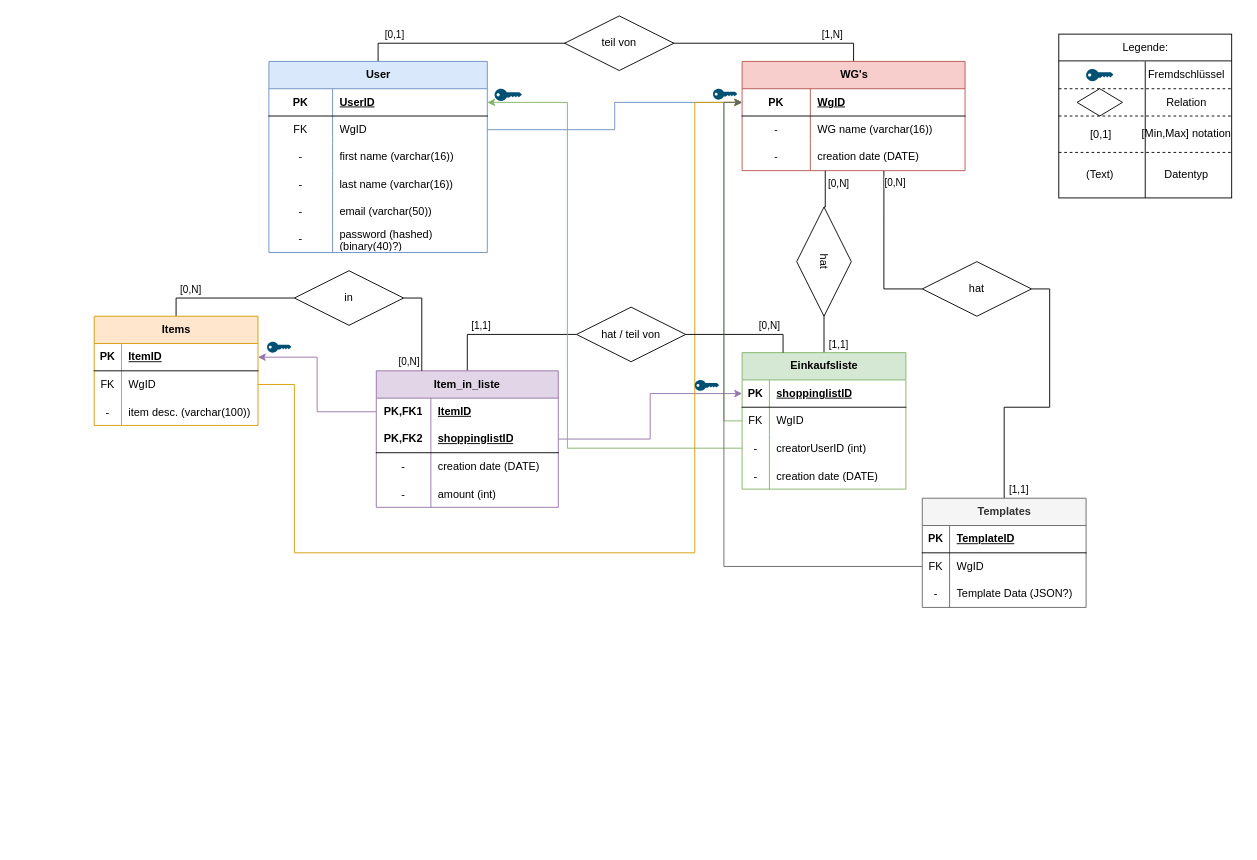
Earlier version of the draw.io diagram docs/models/database/ShareShop.drawio (MasterOfDevilLP/ShareShop). Source tidied: cells renumbered, new cells numbered last; positions are measured from the earlier drawing's top-left corner, leaving out a move shared by most shapes. Both pictures are drawn from the tidied source at 91%, with x=0, y=0 at pixel (94, 15).
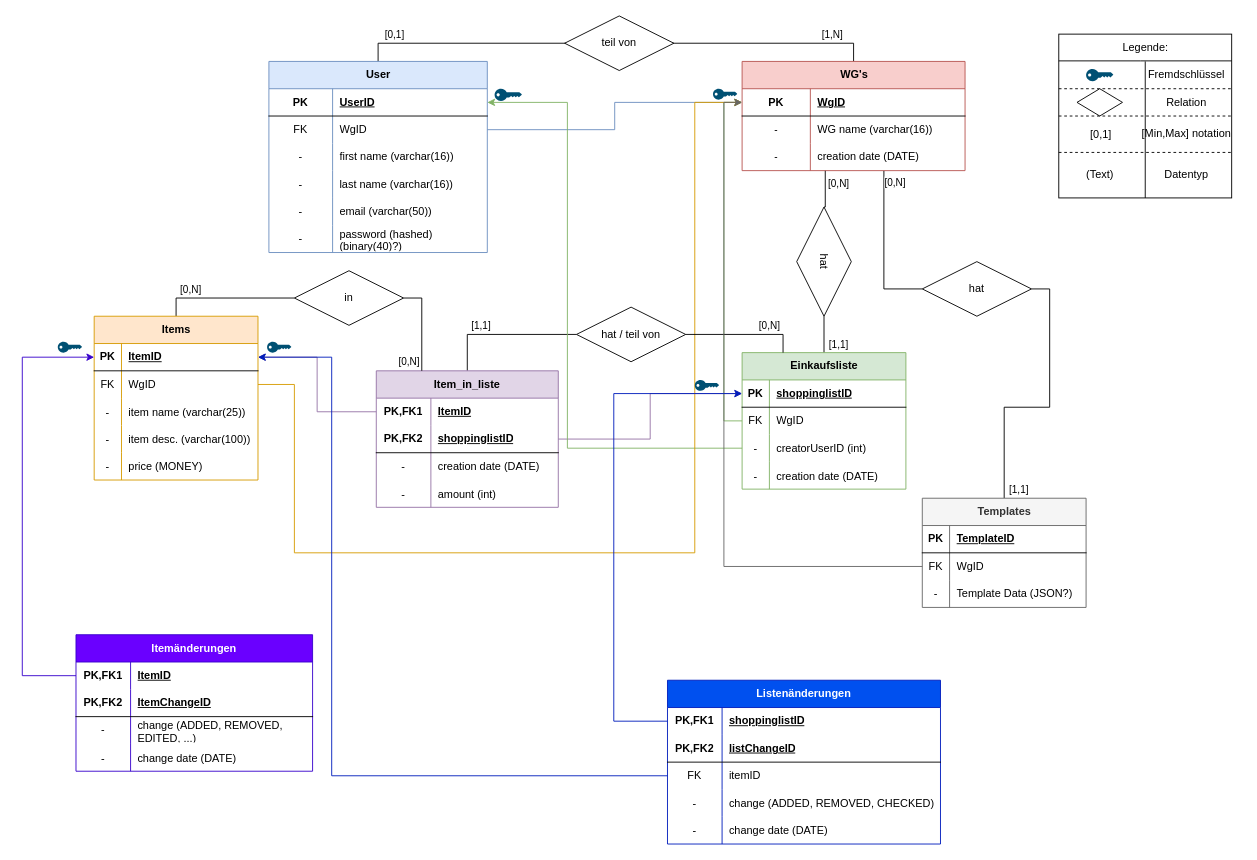
The same page after the edit.

The change refers to these unchanged cells:
```xml
<mxCell id="38" style="shape=tableRow;horizontal=0;startSize=0;swimlaneHead=0;swimlaneBody=0;fillColor=none;points=[[0,0.5],[1,0.5]];portConstraint=eastwest;top=0;left=0;right=0;bottom=1;" parent="37" vertex="1">
  <mxGeometry y="30" width="180" height="30" as="geometry" />
</mxCell>
<mxCell id="57" style="shape=tableRow;horizontal=0;startSize=0;swimlaneHead=0;swimlaneBody=0;fillColor=none;points=[[0,0.5],[1,0.5]];portConstraint=eastwest;top=0;left=0;right=0;bottom=1;" parent="56" vertex="1">
  <mxGeometry y="30" width="180" height="30" as="geometry" />
</mxCell>
<mxCell id="63" style="shape=tableRow;horizontal=0;startSize=0;swimlaneHead=0;swimlaneBody=0;fillColor=none;top=0;left=0;right=0;bottom=0;" parent="56" vertex="1">
  <mxGeometry y="90" width="180" height="30" as="geometry" />
</mxCell>
```

Change to the diagram source:
```diff
@@
     <mxCell id="56" value="Items" style="shape=table;startSize=30;childLayout=tableLayout;rowLines=0;fontStyle=1;align=center;html=1;fillColor=#ffe6cc;strokeColor=#d79b00;" parent="1" vertex="1">
-      <mxGeometry y="330" width="180" height="120" as="geometry" />
+      <mxGeometry y="330" width="180" height="180" as="geometry" />
     </mxCell>
@@
-    <mxCell id="65" value="item desc. (varchar(100))" style="shape=partialRectangle;fillColor=none;top=0;left=0;bottom=0;right=0;align=left;spacingLeft=6;overflow=hidden;" parent="63" vertex="1">
+    <mxCell id="65" value="item name (varchar(25))" style="shape=partialRectangle;fillColor=none;top=0;left=0;bottom=0;right=0;align=left;spacingLeft=6;overflow=hidden;" parent="63" vertex="1">
       <mxGeometry x="30" width="150" height="30" as="geometry" />
     </mxCell>
+    <mxCell id="127" style="shape=tableRow;horizontal=0;startSize=0;swimlaneHead=0;swimlaneBody=0;fillColor=none;top=0;left=0;right=0;bottom=0;" parent="56" vertex="1">
+      <mxGeometry y="120" width="180" height="30" as="geometry" />
+    </mxCell>
+    <mxCell id="128" value="-" style="shape=partialRectangle;fillColor=none;top=0;left=0;bottom=0;right=0;overflow=hidden;" parent="127" vertex="1">
+      <mxGeometry width="30" height="30" as="geometry" />
+    </mxCell>
+    <mxCell id="129" value="item desc. (varchar(100))" style="shape=partialRectangle;fillColor=none;top=0;left=0;bottom=0;right=0;align=left;spacingLeft=6;overflow=hidden;" parent="127" vertex="1">
+      <mxGeometry x="30" width="150" height="30" as="geometry" />
+    </mxCell>
+    <mxCell id="130" style="shape=tableRow;horizontal=0;startSize=0;swimlaneHead=0;swimlaneBody=0;fillColor=none;top=0;left=0;right=0;bottom=0;" parent="56" vertex="1">
+      <mxGeometry y="150" width="180" height="30" as="geometry" />
+    </mxCell>
+    <mxCell id="131" value="-" style="shape=partialRectangle;fillColor=none;top=0;left=0;bottom=0;right=0;overflow=hidden;" parent="130" vertex="1">
+      <mxGeometry width="30" height="30" as="geometry" />
+    </mxCell>
+    <mxCell id="132" value="price (MONEY)" style="shape=partialRectangle;fillColor=none;top=0;left=0;bottom=0;right=0;align=left;spacingLeft=6;overflow=hidden;" parent="130" vertex="1">
+      <mxGeometry x="30" width="150" height="30" as="geometry" />
+    </mxCell>
@@
+    <mxCell id="133" value="Listenänderungen" style="shape=table;startSize=30;childLayout=tableLayout;rowLines=0;fontStyle=1;align=center;html=1;whiteSpace=wrap;fillColor=#0050ef;fontColor=#ffffff;strokeColor=#001DBC;" parent="1" vertex="1">
+      <mxGeometry x="630" y="730" width="300" height="180" as="geometry" />
+    </mxCell>
+    <mxCell id="134" style="shape=tableRow;horizontal=0;startSize=0;swimlaneHead=0;swimlaneBody=0;fillColor=none;points=[[0,0.5],[1,0.5]];portConstraint=eastwest;top=0;left=0;right=0;bottom=0;html=1;" parent="133" vertex="1">
+      <mxGeometry y="30" width="300" height="30" as="geometry" />
+    </mxCell>
+    <mxCell id="135" value="PK,FK1" style="shape=partialRectangle;fillColor=none;top=0;left=0;bottom=0;right=0;fontStyle=1;overflow=hidden;html=1;whiteSpace=wrap;" parent="134" vertex="1">
+      <mxGeometry width="60" height="30" as="geometry" />
+    </mxCell>
+    <mxCell id="136" value="shoppinglistID" style="shape=partialRectangle;fillColor=none;top=0;left=0;bottom=0;right=0;align=left;spacingLeft=6;fontStyle=5;overflow=hidden;html=1;whiteSpace=wrap;" parent="134" vertex="1">
+      <mxGeometry x="60" width="240" height="30" as="geometry" />
+    </mxCell>
+    <mxCell id="137" style="shape=tableRow;horizontal=0;startSize=0;swimlaneHead=0;swimlaneBody=0;fillColor=none;top=0;left=0;right=0;bottom=1;html=1;" parent="133" vertex="1">
+      <mxGeometry y="60" width="300" height="30" as="geometry" />
+    </mxCell>
+    <mxCell id="138" value="PK,FK2" style="shape=partialRectangle;fillColor=none;top=0;left=0;bottom=0;right=0;fontStyle=1;overflow=hidden;html=1;whiteSpace=wrap;" parent="137" vertex="1">
+      <mxGeometry width="60" height="30" as="geometry" />
+    </mxCell>
+    <mxCell id="139" value="listChangeID" style="shape=partialRectangle;fillColor=none;top=0;left=0;bottom=0;right=0;align=left;spacingLeft=6;fontStyle=5;overflow=hidden;html=1;whiteSpace=wrap;" parent="137" vertex="1">
+      <mxGeometry x="60" width="240" height="30" as="geometry" />
+    </mxCell>
+    <mxCell id="140" style="shape=tableRow;horizontal=0;startSize=0;swimlaneHead=0;swimlaneBody=0;fillColor=none;points=[[0,0.5],[1,0.5]];portConstraint=eastwest;top=0;left=0;right=0;bottom=0;" parent="133" vertex="1">
+      <mxGeometry y="90" width="300" height="30" as="geometry" />
+    </mxCell>
+    <mxCell id="141" value="FK" style="shape=partialRectangle;fillColor=none;top=0;left=0;bottom=0;right=0;fontStyle=0;overflow=hidden;whiteSpace=wrap;html=1;" parent="140" vertex="1">
+      <mxGeometry width="60" height="30" as="geometry" />
+    </mxCell>
+    <mxCell id="142" value="itemID" style="shape=partialRectangle;fillColor=none;top=0;left=0;bottom=0;right=0;align=left;spacingLeft=6;fontStyle=0;overflow=hidden;whiteSpace=wrap;html=1;" parent="140" vertex="1">
+      <mxGeometry x="60" width="240" height="30" as="geometry" />
+    </mxCell>
+    <mxCell id="143" style="shape=tableRow;horizontal=0;startSize=0;swimlaneHead=0;swimlaneBody=0;fillColor=none;top=0;left=0;right=0;bottom=0;" parent="133" vertex="1">
+      <mxGeometry y="120" width="300" height="30" as="geometry" />
+    </mxCell>
+    <mxCell id="144" value="-" style="shape=partialRectangle;fillColor=none;top=0;left=0;bottom=0;right=0;overflow=hidden;" parent="143" vertex="1">
+      <mxGeometry width="60" height="30" as="geometry" />
+    </mxCell>
+    <mxCell id="145" value="change (ADDED, REMOVED, CHECKED)" style="shape=partialRectangle;fillColor=none;top=0;left=0;bottom=0;right=0;align=left;spacingLeft=6;overflow=hidden;" parent="143" vertex="1">
+      <mxGeometry x="60" width="240" height="30" as="geometry" />
+    </mxCell>
+    <mxCell id="146" style="shape=tableRow;horizontal=0;startSize=0;swimlaneHead=0;swimlaneBody=0;fillColor=none;top=0;left=0;right=0;bottom=0;" parent="133" vertex="1">
+      <mxGeometry y="150" width="300" height="30" as="geometry" />
+    </mxCell>
+    <mxCell id="147" value="-" style="shape=partialRectangle;fillColor=none;top=0;left=0;bottom=0;right=0;overflow=hidden;" parent="146" vertex="1">
+      <mxGeometry width="60" height="30" as="geometry" />
+    </mxCell>
+    <mxCell id="148" value="change date (DATE)" style="shape=partialRectangle;fillColor=none;top=0;left=0;bottom=0;right=0;align=left;spacingLeft=6;overflow=hidden;" parent="146" vertex="1">
+      <mxGeometry x="60" width="240" height="30" as="geometry" />
+    </mxCell>
+    <mxCell id="149" style="edgeStyle=orthogonalEdgeStyle;rounded=0;jettySize=auto;html=1;exitX=0;exitY=0.5;exitDx=0;exitDy=0;entryX=0;entryY=0.5;entryDx=0;entryDy=0;fillColor=#0050ef;strokeColor=#001DBC;" parent="1" edge="1" source="134" target="38">
+      <mxGeometry relative="1" as="geometry">
+        <Array as="points">
+          <mxPoint x="571" y="775" />
+          <mxPoint x="571" y="415" />
+        </Array>
+      </mxGeometry>
+    </mxCell>
+    <mxCell id="150" style="edgeStyle=orthogonalEdgeStyle;rounded=0;jettySize=auto;html=1;exitX=0;exitY=0.5;exitDx=0;exitDy=0;entryX=1;entryY=0.5;entryDx=0;entryDy=0;fillColor=#0050ef;strokeColor=#001DBC;" parent="1" edge="1" source="140" target="57">
+      <mxGeometry relative="1" as="geometry">
+        <Array as="points">
+          <mxPoint x="261" y="835" />
+          <mxPoint x="261" y="375" />
+        </Array>
+      </mxGeometry>
+    </mxCell>
+    <mxCell id="151" value="Itemänderungen" style="shape=table;startSize=30;childLayout=tableLayout;rowLines=0;fontStyle=1;align=center;html=1;whiteSpace=wrap;fillColor=#6a00ff;fontColor=#ffffff;strokeColor=#3700CC;" parent="1" vertex="1">
+      <mxGeometry x="-20" y="680" width="260" height="150" as="geometry" />
+    </mxCell>
+    <mxCell id="152" style="shape=tableRow;horizontal=0;startSize=0;swimlaneHead=0;swimlaneBody=0;fillColor=none;points=[[0,0.5],[1,0.5]];portConstraint=eastwest;top=0;left=0;right=0;bottom=0;html=1;" parent="151" vertex="1">
+      <mxGeometry y="30" width="260" height="30" as="geometry" />
+    </mxCell>
+    <mxCell id="153" value="PK,FK1" style="shape=partialRectangle;fillColor=none;top=0;left=0;bottom=0;right=0;fontStyle=1;overflow=hidden;html=1;whiteSpace=wrap;" parent="152" vertex="1">
+      <mxGeometry width="60" height="30" as="geometry" />
+    </mxCell>
+    <mxCell id="154" value="ItemID" style="shape=partialRectangle;fillColor=none;top=0;left=0;bottom=0;right=0;align=left;spacingLeft=6;fontStyle=5;overflow=hidden;html=1;whiteSpace=wrap;" parent="152" vertex="1">
+      <mxGeometry x="60" width="200" height="30" as="geometry" />
+    </mxCell>
+    <mxCell id="155" style="shape=tableRow;horizontal=0;startSize=0;swimlaneHead=0;swimlaneBody=0;fillColor=none;top=0;left=0;right=0;bottom=1;html=1;" parent="151" vertex="1">
+      <mxGeometry y="60" width="260" height="30" as="geometry" />
+    </mxCell>
+    <mxCell id="156" value="PK,FK2" style="shape=partialRectangle;fillColor=none;top=0;left=0;bottom=0;right=0;fontStyle=1;overflow=hidden;html=1;whiteSpace=wrap;" parent="155" vertex="1">
+      <mxGeometry width="60" height="30" as="geometry" />
+    </mxCell>
+    <mxCell id="157" value="ItemChangeID" style="shape=partialRectangle;fillColor=none;top=0;left=0;bottom=0;right=0;align=left;spacingLeft=6;fontStyle=5;overflow=hidden;html=1;whiteSpace=wrap;" parent="155" vertex="1">
+      <mxGeometry x="60" width="200" height="30" as="geometry" />
+    </mxCell>
+    <mxCell id="158" style="shape=tableRow;horizontal=0;startSize=0;swimlaneHead=0;swimlaneBody=0;fillColor=none;top=0;left=0;right=0;bottom=0;html=1;" parent="151" vertex="1">
+      <mxGeometry y="90" width="260" height="30" as="geometry" />
+    </mxCell>
+    <mxCell id="159" value="-" style="shape=partialRectangle;fillColor=none;top=0;left=0;bottom=0;right=0;overflow=hidden;html=1;whiteSpace=wrap;" parent="158" vertex="1">
+      <mxGeometry width="60" height="30" as="geometry" />
+    </mxCell>
+    <mxCell id="160" value="change (ADDED, REMOVED, EDITED, ...)" style="shape=partialRectangle;fillColor=none;top=0;left=0;bottom=0;right=0;align=left;spacingLeft=6;overflow=hidden;html=1;whiteSpace=wrap;" parent="158" vertex="1">
+      <mxGeometry x="60" width="200" height="30" as="geometry" />
+    </mxCell>
+    <mxCell id="161" style="shape=tableRow;horizontal=0;startSize=0;swimlaneHead=0;swimlaneBody=0;fillColor=none;top=0;left=0;right=0;bottom=0;" parent="151" vertex="1">
+      <mxGeometry y="120" width="260" height="30" as="geometry" />
+    </mxCell>
+    <mxCell id="162" value="-" style="shape=partialRectangle;fillColor=none;top=0;left=0;bottom=0;right=0;overflow=hidden;" parent="161" vertex="1">
+      <mxGeometry width="60" height="30" as="geometry" />
+    </mxCell>
+    <mxCell id="163" value="change date (DATE)" style="shape=partialRectangle;fillColor=none;top=0;left=0;bottom=0;right=0;align=left;spacingLeft=6;overflow=hidden;" parent="161" vertex="1">
+      <mxGeometry x="60" width="200" height="30" as="geometry" />
+    </mxCell>
+    <mxCell id="164" style="edgeStyle=orthogonalEdgeStyle;rounded=0;jettySize=auto;html=1;exitX=0;exitY=0.5;exitDx=0;exitDy=0;entryX=0;entryY=0.5;entryDx=0;entryDy=0;fillColor=#6a00ff;strokeColor=#3700CC;" parent="1" edge="1" source="152" target="57">
+      <mxGeometry relative="1" as="geometry">
+        <Array as="points">
+          <mxPoint x="-79" y="725" />
+          <mxPoint x="-79" y="375" />
+        </Array>
+      </mxGeometry>
+    </mxCell>
+    <mxCell id="165" style="verticalLabelPosition=bottom;sketch=0;html=1;verticalAlign=top;align=center;shape=mxgraph.cisco19.key;fillColor=#005073;strokeColor=none;" parent="1" vertex="1">
+      <mxGeometry x="-40" y="358" width="26.7" height="12" as="geometry" />
+    </mxCell>
```
